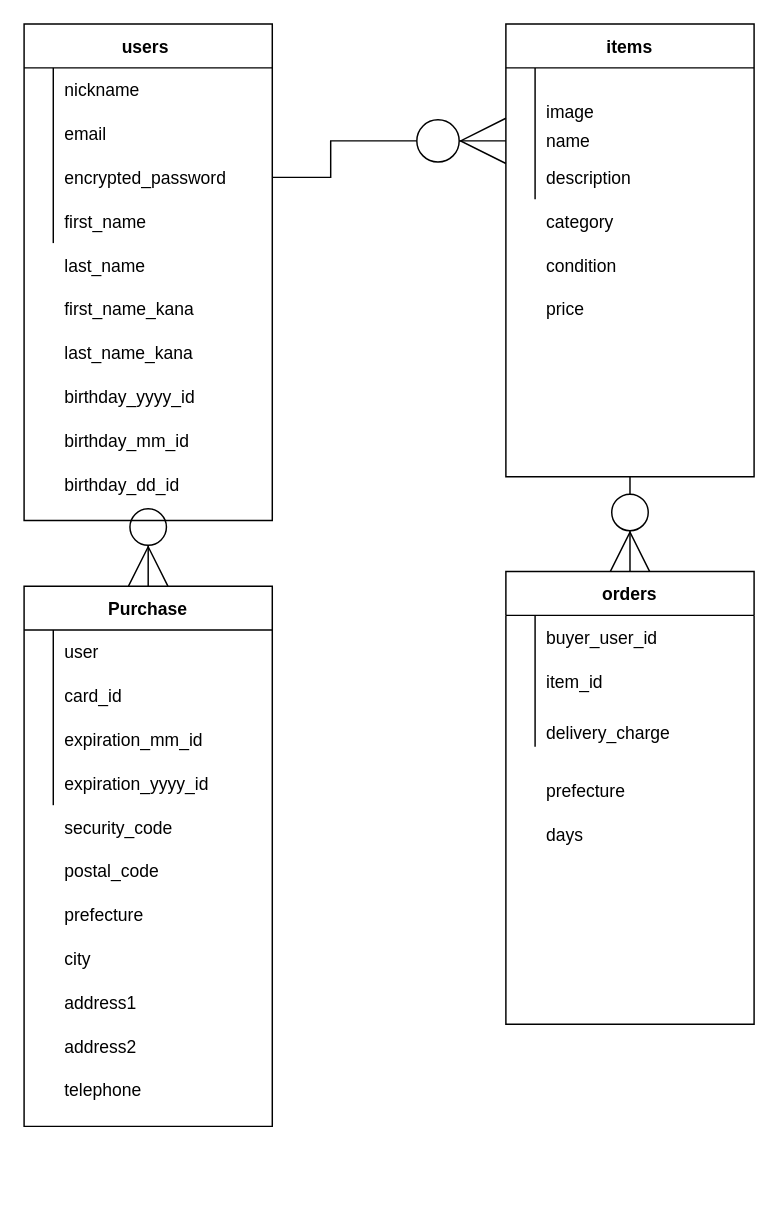
koji0805/furima-22136 keeps this draw.io diagram as test.dio. Above is the earlier version. Source tidied: cells renumbered, new cells numbered last; positions are measured from the earlier drawing's top-left corner, leaving out a move shared by most shapes. Both pictures are drawn from the tidied source at 146%, with x=0, y=0 at pixel (23, 23).
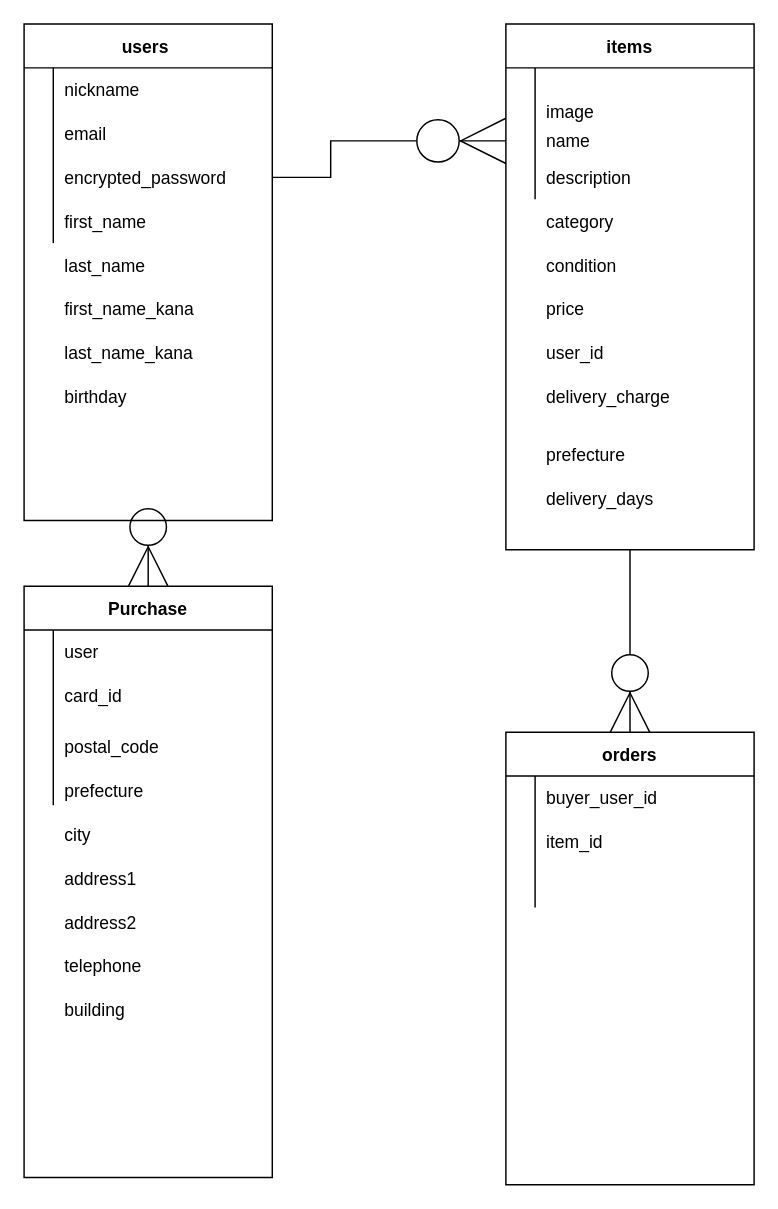
Above is the later version.

The change refers to these unchanged cells:
```xml
<mxCell id="46" style="shape=partialRectangle;fillColor=none;top=0;left=0;bottom=0;right=0;" parent="39" vertex="1">
  <mxGeometry y="90" width="170" height="30" as="geometry" />
</mxCell>
<mxCell id="49" style="shape=partialRectangle;fillColor=none;top=0;left=0;bottom=0;right=0;" parent="39" vertex="1">
  <mxGeometry y="120" width="170" height="30" as="geometry" />
</mxCell>
```

Change to the diagram source:
```diff
@@
-    <mxCell id="19" value="birthday_yyyy_id" style="shape=partialRectangle;fillColor=none;top=0;left=0;bottom=0;right=0;align=left;spacingLeft=6;overflow=hidden;" parent="1" vertex="1">
+    <mxCell id="19" value="birthday" style="shape=partialRectangle;fillColor=none;top=0;left=0;bottom=0;right=0;align=left;spacingLeft=6;overflow=hidden;" parent="1" vertex="1">
       <mxGeometry x="20" y="240" width="150" height="30" as="geometry" />
     </mxCell>
-    <mxCell id="20" value="birthday_mm_id" style="shape=partialRectangle;fillColor=none;top=0;left=0;bottom=0;right=0;align=left;spacingLeft=6;overflow=hidden;" parent="1" vertex="1">
-      <mxGeometry x="20" y="270" width="150" height="30" as="geometry" />
-    </mxCell>
-    <mxCell id="21" value="birthday_dd_id " style="shape=partialRectangle;fillColor=none;top=0;left=0;bottom=0;right=0;align=left;spacingLeft=6;overflow=hidden;" parent="1" vertex="1">
-      <mxGeometry x="20" y="300" width="150" height="30" as="geometry" />
-    </mxCell>
@@
     <mxCell id="23" value="items" style="shape=table;startSize=30;childLayout=tableLayout;rowLines=0;fontStyle=1;align=center;" parent="1" vertex="1">
-      <mxGeometry x="330" width="170" height="310" as="geometry" />
+      <mxGeometry x="330" width="170" height="360" as="geometry" />
     </mxCell>
@@
     <mxCell id="39" value="Purchase" style="shape=table;startSize=30;childLayout=tableLayout;rowLines=0;fontStyle=1;align=center;" parent="1" vertex="1">
-      <mxGeometry y="385" width="170" height="370" as="geometry" />
+      <mxGeometry y="385" width="170" height="405" as="geometry" />
     </mxCell>
@@
-    <mxCell id="48" value="expiration_mm_id" style="shape=partialRectangle;fillColor=none;top=0;left=0;bottom=0;right=0;align=left;spacingLeft=6;overflow=hidden;" parent="46" vertex="1">
+    <mxCell id="48" style="shape=partialRectangle;fillColor=none;top=0;left=0;bottom=0;right=0;align=left;spacingLeft=6;overflow=hidden;" parent="46" vertex="1">
       <mxGeometry x="20" width="150" height="30" as="geometry" />
     </mxCell>
@@
-    <mxCell id="51" value="expiration_yyyy_id" style="shape=partialRectangle;fillColor=none;top=0;left=0;bottom=0;right=0;align=left;spacingLeft=6;overflow=hidden;" parent="49" vertex="1">
+    <mxCell id="51" style="shape=partialRectangle;fillColor=none;top=0;left=0;bottom=0;right=0;align=left;spacingLeft=6;overflow=hidden;" parent="49" vertex="1">
       <mxGeometry x="20" width="150" height="30" as="geometry" />
     </mxCell>
-    <mxCell id="52" value="security_code" style="shape=partialRectangle;fillColor=none;top=0;left=0;bottom=0;right=0;align=left;spacingLeft=6;overflow=hidden;" parent="1" vertex="1">
-      <mxGeometry x="20" y="535" width="150" height="30" as="geometry" />
-    </mxCell>
     <mxCell id="53" value="postal_code" style="shape=partialRectangle;fillColor=none;top=0;left=0;bottom=0;right=0;align=left;spacingLeft=6;overflow=hidden;" parent="1" vertex="1">
-      <mxGeometry x="20" y="565" width="150" height="30" as="geometry" />
+      <mxGeometry x="20" y="480" width="150" height="30" as="geometry" />
     </mxCell>
     <mxCell id="54" value="prefecture" style="shape=partialRectangle;fillColor=none;top=0;left=0;bottom=0;right=0;align=left;spacingLeft=6;overflow=hidden;" parent="1" vertex="1">
-      <mxGeometry x="20" y="595" width="150" height="30" as="geometry" />
+      <mxGeometry x="20" y="510" width="150" height="30" as="geometry" />
     </mxCell>
     <mxCell id="55" value="city" style="shape=partialRectangle;fillColor=none;top=0;left=0;bottom=0;right=0;align=left;spacingLeft=6;overflow=hidden;" parent="1" vertex="1">
-      <mxGeometry x="20" y="625" width="150" height="30" as="geometry" />
+      <mxGeometry x="20" y="540" width="150" height="30" as="geometry" />
     </mxCell>
     <mxCell id="56" value="address1" style="shape=partialRectangle;fillColor=none;top=0;left=0;bottom=0;right=0;align=left;spacingLeft=6;overflow=hidden;" parent="1" vertex="1">
-      <mxGeometry x="20" y="655" width="150" height="30" as="geometry" />
+      <mxGeometry x="20" y="570" width="150" height="30" as="geometry" />
     </mxCell>
     <mxCell id="57" value="address2" style="shape=partialRectangle;fillColor=none;top=0;left=0;bottom=0;right=0;align=left;spacingLeft=6;overflow=hidden;" parent="1" vertex="1">
-      <mxGeometry x="20" y="685" width="150" height="30" as="geometry" />
+      <mxGeometry x="20" y="600" width="150" height="30" as="geometry" />
     </mxCell>
     <mxCell id="58" value="telephone" style="shape=partialRectangle;fillColor=none;top=0;left=0;bottom=0;right=0;align=left;spacingLeft=6;overflow=hidden;" parent="1" vertex="1">
-      <mxGeometry x="20" y="715" width="150" height="30" as="geometry" />
+      <mxGeometry x="20" y="630" width="150" height="30" as="geometry" />
     </mxCell>
@@
     <mxCell id="60" value="orders" style="shape=table;startSize=30;childLayout=tableLayout;rowLines=0;fontStyle=1;align=center;" parent="1" vertex="1">
-      <mxGeometry x="330" y="375" width="170" height="310" as="geometry" />
+      <mxGeometry x="330" y="485" width="170" height="310" as="geometry" />
     </mxCell>
@@
+    <mxCell id="73" value="user_id" style="shape=partialRectangle;fillColor=none;top=0;left=0;bottom=0;right=0;align=left;spacingLeft=6;overflow=hidden;" parent="1" vertex="1">
+      <mxGeometry x="350" y="210" width="150" height="30" as="geometry" />
+    </mxCell>
-    <mxCell id="70" value="delivery_charge" style="shape=partialRectangle;fillColor=none;top=0;left=0;bottom=0;right=0;align=left;spacingLeft=6;overflow=hidden;" parent="1" vertex="1">
-      <mxGeometry x="350" y="470" width="150" height="30" as="geometry" />
+    <mxCell id="70" value="delivery_charge " style="shape=partialRectangle;fillColor=none;top=0;left=0;bottom=0;right=0;align=left;spacingLeft=6;overflow=hidden;" parent="1" vertex="1">
+      <mxGeometry x="350" y="240" width="150" height="30" as="geometry" />
     </mxCell>
+    <mxCell id="74" value="delivery_days " style="shape=partialRectangle;fillColor=none;top=0;left=0;bottom=0;right=0;align=left;spacingLeft=6;overflow=hidden;" parent="1" vertex="1">
+      <mxGeometry x="350" y="310" width="150" height="30" as="geometry" />
+    </mxCell>
-    <mxCell id="71" value="prefecture " style="shape=partialRectangle;fillColor=none;top=0;left=0;bottom=0;right=0;align=left;spacingLeft=6;overflow=hidden;" parent="1" vertex="1">
-      <mxGeometry x="350" y="510" width="150" height="30" as="geometry" />
+    <mxCell id="71" value="prefecture " style="shape=partialRectangle;fillColor=none;top=0;left=0;bottom=0;right=0;align=left;spacingLeft=6;overflow=hidden;" parent="1" vertex="1">
+      <mxGeometry x="350" y="280" width="150" height="30" as="geometry" />
     </mxCell>
-    <mxCell id="72" value="days" style="shape=partialRectangle;fillColor=none;top=0;left=0;bottom=0;right=0;align=left;spacingLeft=6;overflow=hidden;" parent="1" vertex="1">
-      <mxGeometry x="350" y="540" width="150" height="30" as="geometry" />
-    </mxCell>
+    <mxCell id="75" value="building" style="shape=partialRectangle;fillColor=none;top=0;left=0;bottom=0;right=0;align=left;spacingLeft=6;overflow=hidden;" parent="1" vertex="1">
+      <mxGeometry x="20" y="660" width="150" height="30" as="geometry" />
+    </mxCell>
```
